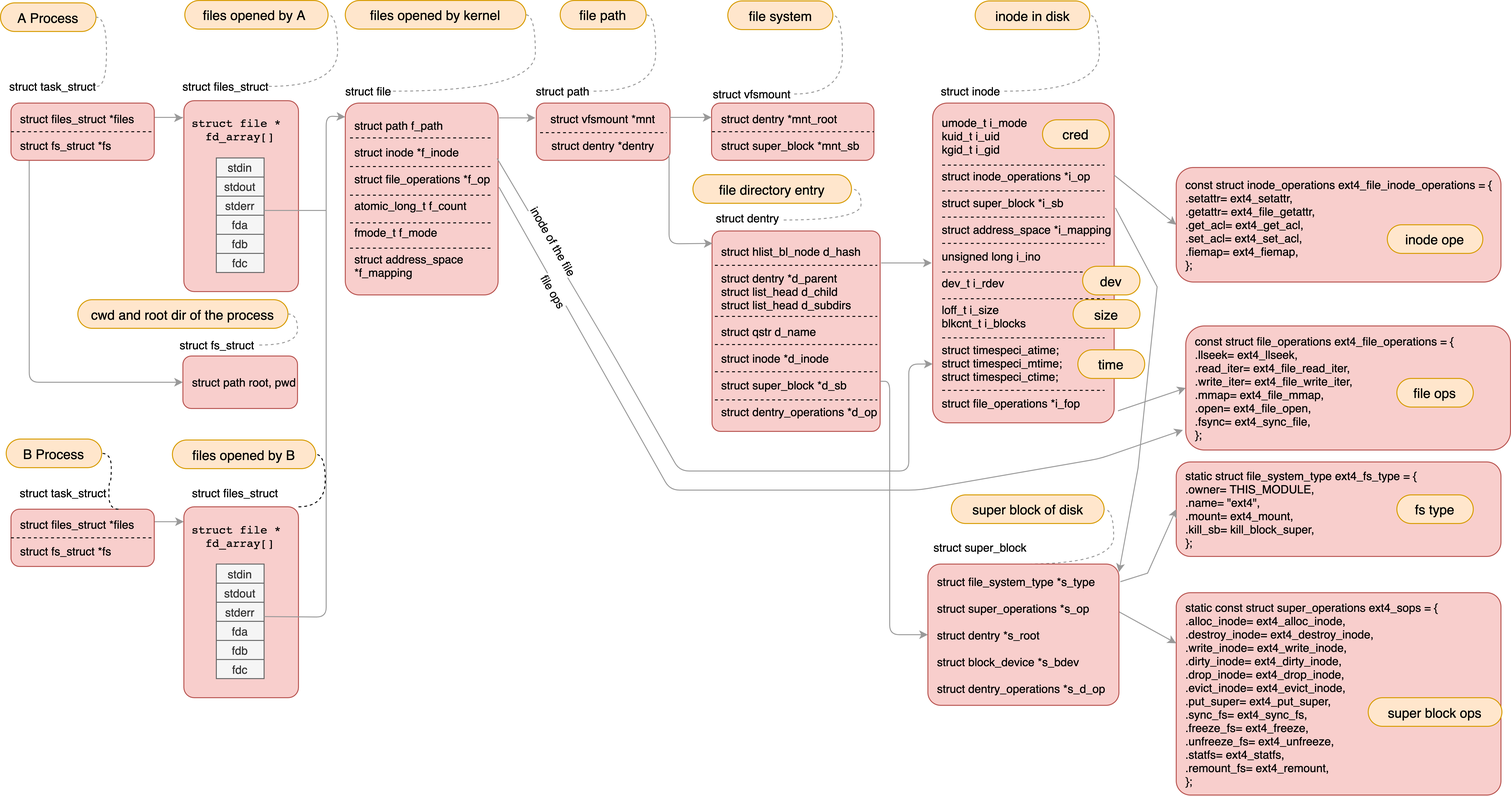
Above: Images/LinuxKernel/kernel-file-vfs-system.png in jemmy512/book-notes (draw.io), before the change. Source tidied: cells renumbered, new cells last; positions are measured from the earlier drawing's top-left corner, leaving out a move shared by most shapes.
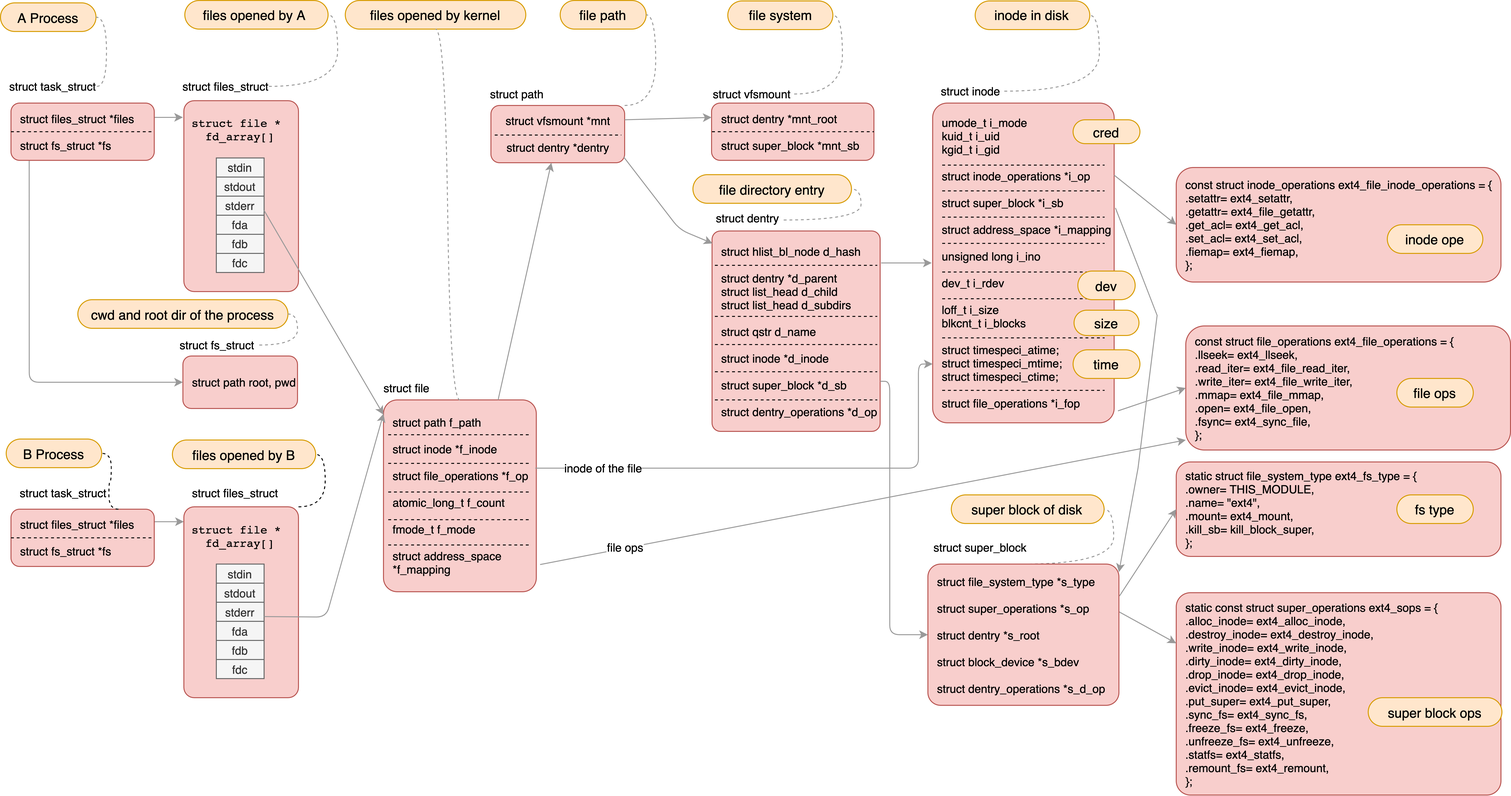
Later version of the same file.

Diff of the diagram source:
```diff
@@ -47,16 +47,16 @@
       <mxGeometry x="191" y="372.5" width="120" height="55" as="geometry" />
     </mxCell>
     <mxCell id="16" value="&lt;div&gt;struct path&lt;/div&gt;" style="text;html=1;strokeColor=none;fillColor=none;align=left;verticalAlign=middle;whiteSpace=wrap;rounded=0;" parent="1" vertex="1">
-      <mxGeometry x="558.5" y="85" width="70" height="20" as="geometry" />
+      <mxGeometry x="511" y="87.5" width="70" height="20" as="geometry" />
     </mxCell>
     <mxCell id="17" value="&lt;div&gt;struct vfsmount *mnt&lt;/div&gt;&lt;div&gt;&lt;br&gt;&lt;/div&gt;&lt;div&gt;struct dentry *dentry&lt;/div&gt;" style="rounded=1;whiteSpace=wrap;html=1;fillColor=#f8cecc;strokeColor=#b85450;" parent="1" vertex="1">
-      <mxGeometry x="561" y="107.5" width="140" height="60" as="geometry" />
+      <mxGeometry x="513.5" y="110" width="140" height="60" as="geometry" />
     </mxCell>
     <mxCell id="18" value="struct file" style="text;html=1;strokeColor=none;fillColor=none;align=center;verticalAlign=middle;whiteSpace=wrap;rounded=0;" parent="1" vertex="1">
-      <mxGeometry x="352.5" y="85" width="65" height="20" as="geometry" />
+      <mxGeometry x="392.5" y="396" width="65" height="20" as="geometry" />
     </mxCell>
     <mxCell id="19" value="struct path f_path&lt;br&gt;&lt;br&gt;struct inode *f_inode&lt;br&gt;&lt;br&gt;struct file_operations *f_op&lt;br&gt;&lt;br&gt;atomic_long_t f_count&lt;br&gt;&lt;br&gt;fmode_t f_mode&lt;br&gt;&lt;br&gt;struct address_space *f_mapping&lt;br&gt;" style="rounded=1;whiteSpace=wrap;html=1;align=left;spacingLeft=8;arcSize=9;fillColor=#f8cecc;strokeColor=#b85450;" parent="1" vertex="1">
-      <mxGeometry x="361" y="107.5" width="160" height="201" as="geometry" />
+      <mxGeometry x="401" y="418.5" width="160" height="201" as="geometry" />
     </mxCell>
     <mxCell id="20" value="struct vfsmount" style="text;html=1;strokeColor=none;fillColor=none;align=center;verticalAlign=middle;whiteSpace=wrap;rounded=0;" parent="1" vertex="1">
       <mxGeometry x="736.5" y="87.5" width="100" height="20" as="geometry" />
@@ -76,7 +76,7 @@
     <mxCell id="25" style="edgeStyle=none;rounded=0;jettySize=auto;html=1;entryX=1;entryY=0.057;entryDx=0;entryDy=0;entryPerimeter=0;endArrow=classic;endFill=1;strokeColor=#999999;exitX=1.007;exitY=0.328;exitDx=0;exitDy=0;exitPerimeter=0;" parent="1" edge="1" source="26" target="115">
       <mxGeometry relative="1" as="geometry">
         <Array as="points">
-          <mxPoint x="1211" y="300" />
+          <mxPoint x="1211" y="330" />
           <mxPoint x="1191" y="490" />
         </Array>
       </mxGeometry>
@@ -129,10 +129,8 @@
     <mxCell id="39" value="&lt;span style=&quot;font-size: 14px&quot;&gt;files opened by kernel&lt;/span&gt;" style="whiteSpace=wrap;html=1;rounded=1;arcSize=50;align=center;verticalAlign=middle;strokeWidth=1;spacing=4;fillColor=#ffe6cc;strokeColor=#d79b00;" parent="1" vertex="1">
       <mxGeometry x="361" width="189" height="30" as="geometry" />
     </mxCell>
-    <mxCell id="40" style="edgeStyle=entityRelationEdgeStyle;startArrow=none;endArrow=none;segment=10;curved=1;dashed=1;strokeColor=#999999;" parent="1" edge="1" target="39">
-      <mxGeometry relative="1" as="geometry">
-        <mxPoint x="411" y="95" as="sourcePoint" />
-      </mxGeometry>
+    <mxCell id="40" style="edgeStyle=entityRelationEdgeStyle;startArrow=none;endArrow=none;segment=10;curved=1;dashed=1;strokeColor=#999999;exitX=0.5;exitY=0;exitDx=0;exitDy=0;entryX=0.5;entryY=1;entryDx=0;entryDy=0;" parent="1" edge="1" source="19" target="39">
+      <mxGeometry relative="1" as="geometry" />
     </mxCell>
     <mxCell id="41" style="edgeStyle=orthogonalEdgeStyle;rounded=0;jettySize=auto;html=1;exitX=1;exitY=0.25;exitDx=0;exitDy=0;strokeColor=#999999;entryX=0;entryY=0.078;entryDx=0;entryDy=0;entryPerimeter=0;" parent="1" edge="1" source="42" target="44">
       <mxGeometry relative="1" as="geometry">
@@ -191,52 +189,47 @@
     </mxCell>
     <mxCell id="58" style="endArrow=none;html=1;exitX=0;exitY=0.5;exitDx=0;exitDy=0;entryX=1;entryY=0.5;entryDx=0;entryDy=0;dashed=1;" parent="1" edge="1">
       <mxGeometry relative="1" as="geometry">
-        <mxPoint x="366" y="144" as="sourcePoint" />
-        <mxPoint x="516" y="144" as="targetPoint" />
+        <mxPoint x="406" y="455" as="sourcePoint" />
+        <mxPoint x="556" y="455" as="targetPoint" />
       </mxGeometry>
     </mxCell>
     <mxCell id="59" style="endArrow=none;html=1;exitX=0;exitY=0.5;exitDx=0;exitDy=0;entryX=1;entryY=0.5;entryDx=0;entryDy=0;dashed=1;" parent="1" edge="1">
       <mxGeometry relative="1" as="geometry">
-        <mxPoint x="366" y="174" as="sourcePoint" />
-        <mxPoint x="516" y="174" as="targetPoint" />
+        <mxPoint x="406" y="485" as="sourcePoint" />
+        <mxPoint x="556" y="485" as="targetPoint" />
       </mxGeometry>
     </mxCell>
     <mxCell id="60" style="endArrow=none;html=1;exitX=0;exitY=0.5;exitDx=0;exitDy=0;entryX=1;entryY=0.5;entryDx=0;entryDy=0;dashed=1;" parent="1" edge="1">
       <mxGeometry relative="1" as="geometry">
-        <mxPoint x="366" y="204" as="sourcePoint" />
-        <mxPoint x="516" y="204" as="targetPoint" />
+        <mxPoint x="406" y="515" as="sourcePoint" />
+        <mxPoint x="556" y="515" as="targetPoint" />
       </mxGeometry>
     </mxCell>
     <mxCell id="61" style="endArrow=none;html=1;exitX=0;exitY=0.5;exitDx=0;exitDy=0;entryX=1;entryY=0.5;entryDx=0;entryDy=0;dashed=1;" parent="1" edge="1">
       <mxGeometry relative="1" as="geometry">
-        <mxPoint x="366" y="233" as="sourcePoint" />
-        <mxPoint x="516" y="233" as="targetPoint" />
+        <mxPoint x="406" y="544" as="sourcePoint" />
+        <mxPoint x="556" y="544" as="targetPoint" />
       </mxGeometry>
     </mxCell>
     <mxCell id="62" style="endArrow=none;html=1;exitX=0;exitY=0.5;exitDx=0;exitDy=0;entryX=1;entryY=0.5;entryDx=0;entryDy=0;dashed=1;" parent="1" edge="1">
       <mxGeometry relative="1" as="geometry">
-        <mxPoint x="366" y="259.5" as="sourcePoint" />
-        <mxPoint x="516" y="259.5" as="targetPoint" />
+        <mxPoint x="406" y="570.5" as="sourcePoint" />
+        <mxPoint x="556" y="570.5" as="targetPoint" />
       </mxGeometry>
     </mxCell>
     <mxCell id="63" value="&lt;font style=&quot;font-size: 14px&quot;&gt;file path&lt;/font&gt;" style="whiteSpace=wrap;html=1;rounded=1;arcSize=50;align=center;verticalAlign=middle;strokeWidth=1;spacing=4;fillColor=#ffe6cc;strokeColor=#d79b00;" parent="1" vertex="1">
       <mxGeometry x="586" width="90" height="30" as="geometry" />
     </mxCell>
-    <mxCell id="64" style="edgeStyle=entityRelationEdgeStyle;startArrow=none;endArrow=none;segment=10;curved=1;dashed=1;strokeColor=#999999;" parent="1" edge="1" target="63">
-      <mxGeometry relative="1" as="geometry">
-        <mxPoint x="621" y="95" as="sourcePoint" />
-      </mxGeometry>
+    <mxCell id="64" style="edgeStyle=entityRelationEdgeStyle;startArrow=none;endArrow=none;segment=10;curved=1;dashed=1;strokeColor=#999999;exitX=1;exitY=0;exitDx=0;exitDy=0;" parent="1" edge="1" source="17" target="63">
+      <mxGeometry relative="1" as="geometry" />
     </mxCell>
-    <mxCell id="65" style="endArrow=classic;html=1;strokeColor=#999999;" parent="1" edge="1">
-      <mxGeometry relative="1" as="geometry">
-        <mxPoint x="522" y="123" as="sourcePoint" />
-        <mxPoint x="560" y="123" as="targetPoint" />
-      </mxGeometry>
+    <mxCell id="65" style="endArrow=classic;html=1;strokeColor=#999999;exitX=0.75;exitY=0;exitDx=0;exitDy=0;" parent="1" edge="1" source="19" target="17">
+      <mxGeometry relative="1" as="geometry" />
     </mxCell>
     <mxCell id="66" style="endArrow=none;html=1;exitX=0;exitY=0.5;exitDx=0;exitDy=0;dashed=1;" parent="1" edge="1">
       <mxGeometry relative="1" as="geometry">
-        <mxPoint x="565" y="138.5" as="sourcePoint" />
-        <mxPoint x="697.5" y="138.5" as="targetPoint" />
+        <mxPoint x="517.5" y="141" as="sourcePoint" />
+        <mxPoint x="650" y="141" as="targetPoint" />
       </mxGeometry>
     </mxCell>
     <mxCell id="67" style="endArrow=classic;html=1;exitX=1;exitY=0.25;exitDx=0;exitDy=0;entryX=0;entryY=0.25;entryDx=0;entryDy=0;strokeColor=#999999;" parent="1" edge="1" source="17" target="21">
@@ -245,7 +238,7 @@
     <mxCell id="68" style="endArrow=classic;html=1;exitX=0.993;exitY=0.9;exitDx=0;exitDy=0;exitPerimeter=0;entryX=0.003;entryY=0.062;entryDx=0;entryDy=0;entryPerimeter=0;strokeColor=#999999;" parent="1" edge="1" source="17" target="23">
       <mxGeometry relative="1" as="geometry">
         <Array as="points">
-          <mxPoint x="700" y="255" />
+          <mxPoint x="711" y="240" />
         </Array>
       </mxGeometry>
     </mxCell>
@@ -404,36 +397,30 @@
     <mxCell id="98" style="endArrow=classic;html=1;exitX=1.002;exitY=0.339;exitDx=0;exitDy=0;entryX=0;entryY=0.25;entryDx=0;entryDy=0;strokeColor=#999999;exitPerimeter=0;" parent="1" edge="1" source="115" target="31">
       <mxGeometry relative="1" as="geometry" />
     </mxCell>
-    <mxCell id="99" style="endArrow=classic;html=1;exitX=0.994;exitY=0.289;exitDx=0;exitDy=0;exitPerimeter=0;entryX=0;entryY=0.816;entryDx=0;entryDy=0;entryPerimeter=0;strokeColor=#999999;" parent="1" edge="1" source="19" target="26">
+    <mxCell id="99" style="endArrow=classic;html=1;entryX=0;entryY=0.816;entryDx=0;entryDy=0;entryPerimeter=0;strokeColor=#999999;edgeStyle=orthogonalEdgeStyle;" parent="1" edge="1" target="26">
       <mxGeometry relative="1" as="geometry">
+        <mxPoint x="560" y="490" as="sourcePoint" />
         <Array as="points">
-          <mxPoint x="641" y="370" />
-          <mxPoint x="711" y="493" />
-          <mxPoint x="951" y="493" />
-          <mxPoint x="951" y="381" />
+          <mxPoint x="560" y="490" />
+          <mxPoint x="961" y="490" />
+          <mxPoint x="961" y="381" />
         </Array>
       </mxGeometry>
     </mxCell>
-    <mxCell id="100" value="inode of the file" style="text;html=1;align=center;verticalAlign=middle;labelBackgroundColor=#ffffff;rotation=60;" parent="99" vertex="1">
+    <mxCell id="100" value="inode of the file" style="text;html=1;align=center;verticalAlign=middle;labelBackgroundColor=#ffffff;rotation=0;" parent="99" vertex="1">
       <mxGeometry x="-0.72" y="4" relative="1" as="geometry">
-        <mxPoint x="1" y="-4" as="offset" />
+        <mxPoint x="-3.3" y="3.5" as="offset" />
       </mxGeometry>
     </mxCell>
-    <mxCell id="101" style="endArrow=classic;html=1;exitX=1.006;exitY=0.438;exitDx=0;exitDy=0;exitPerimeter=0;strokeColor=#999999;" parent="1" edge="1" source="19">
+    <mxCell id="101" style="endArrow=classic;html=1;strokeColor=#999999;" parent="1" edge="1">
       <mxGeometry relative="1" as="geometry">
-        <mxPoint x="1238" y="450" as="targetPoint" />
-        <Array as="points">
-          <mxPoint x="701" y="513" />
-          <mxPoint x="811" y="513" />
-          <mxPoint x="961" y="513" />
-          <mxPoint x="1151" y="480" />
-          <mxPoint x="1238" y="450" />
-        </Array>
+        <mxPoint x="565" y="591" as="sourcePoint" />
+        <mxPoint x="1241" y="460.5" as="targetPoint" />
       </mxGeometry>
     </mxCell>
-    <mxCell id="102" value="file ops&lt;br&gt;" style="text;html=1;align=center;verticalAlign=middle;labelBackgroundColor=#ffffff;rotation=60;" parent="101" vertex="1">
+    <mxCell id="102" value="file ops&lt;br&gt;" style="text;html=1;align=center;verticalAlign=middle;labelBackgroundColor=#ffffff;rotation=0;" parent="101" vertex="1">
       <mxGeometry x="-0.73" y="-3" relative="1" as="geometry">
-        <mxPoint y="1" as="offset" />
+        <mxPoint x="-3.1" y="-3.9" as="offset" />
       </mxGeometry>
     </mxCell>
     <mxCell id="103" value="&lt;font style=&quot;font-size: 14px&quot;&gt;inode ope&lt;/font&gt;" style="whiteSpace=wrap;html=1;rounded=1;arcSize=50;align=center;verticalAlign=middle;strokeWidth=1;spacing=4;fillColor=#ffe6cc;strokeColor=#d79b00;" parent="1" vertex="1">
@@ -449,16 +436,13 @@
       <mxGeometry x="1432" y="730.5" width="140" height="30" as="geometry" />
     </mxCell>
     <mxCell id="107" value="&lt;font style=&quot;font-size: 14px&quot;&gt;cred&lt;/font&gt;" style="whiteSpace=wrap;html=1;rounded=1;arcSize=50;align=center;verticalAlign=middle;strokeWidth=1;spacing=4;fillColor=#ffe6cc;strokeColor=#d79b00;" parent="1" vertex="1">
-      <mxGeometry x="1091" y="125" width="70" height="30" as="geometry" />
+      <mxGeometry x="1123" y="125" width="70" height="25" as="geometry" />
     </mxCell>
-    <mxCell id="108" value="&lt;font style=&quot;font-size: 14px&quot;&gt;dev&lt;/font&gt;" style="whiteSpace=wrap;html=1;rounded=1;arcSize=50;align=center;verticalAlign=middle;strokeWidth=1;spacing=4;fillColor=#ffe6cc;strokeColor=#d79b00;" parent="1" vertex="1">
-      <mxGeometry x="1133" y="278.5" width="60" height="30" as="geometry" />
-    </mxCell>
     <mxCell id="109" value="&lt;font style=&quot;font-size: 14px&quot;&gt;size&lt;/font&gt;" style="whiteSpace=wrap;html=1;rounded=1;arcSize=50;align=center;verticalAlign=middle;strokeWidth=1;spacing=4;fillColor=#ffe6cc;strokeColor=#d79b00;" parent="1" vertex="1">
-      <mxGeometry x="1123" y="313.5" width="70" height="30" as="geometry" />
+      <mxGeometry x="1124" y="324.5" width="68" height="26.5" as="geometry" />
     </mxCell>
     <mxCell id="110" value="&lt;font style=&quot;font-size: 14px&quot;&gt;time&lt;/font&gt;" style="whiteSpace=wrap;html=1;rounded=1;arcSize=50;align=center;verticalAlign=middle;strokeWidth=1;spacing=4;fillColor=#ffe6cc;strokeColor=#d79b00;" parent="1" vertex="1">
-      <mxGeometry x="1128" y="366" width="70" height="30" as="geometry" />
+      <mxGeometry x="1123" y="366" width="70" height="30" as="geometry" />
     </mxCell>
     <mxCell id="111" style="endArrow=classic;html=1;strokeColor=#999999;edgeStyle=orthogonalEdgeStyle;exitX=0.127;exitY=1.008;exitDx=0;exitDy=0;exitPerimeter=0;entryX=0;entryY=0.5;entryDx=0;entryDy=0;" parent="1" edge="1" source="3" target="15">
       <mxGeometry relative="1" as="geometry">
@@ -471,22 +455,16 @@
       <mxGeometry relative="1" as="geometry">
         <Array as="points">
           <mxPoint x="341" y="646" />
-          <mxPoint x="341" y="121" />
         </Array>
       </mxGeometry>
     </mxCell>
-    <mxCell id="113" style="endArrow=none;html=1;strokeColor=#999999;exitX=1;exitY=0.5;exitDx=0;exitDy=0;" parent="1" edge="1">
+    <mxCell id="113" style="endArrow=classic;html=1;strokeColor=#999999;exitX=1;exitY=0.5;exitDx=0;exitDy=0;entryX=0;entryY=0.077;entryDx=0;entryDy=0;entryPerimeter=0;endFill=1;" parent="1" edge="1" target="19">
       <mxGeometry relative="1" as="geometry">
         <mxPoint x="276" y="220" as="sourcePoint" />
-        <mxPoint x="341" y="220" as="targetPoint" />
       </mxGeometry>
     </mxCell>
-    <mxCell id="114" style="rounded=0;jettySize=auto;html=1;entryX=0;entryY=0.5;entryDx=0;entryDy=0;endArrow=classic;endFill=1;strokeColor=#999999;exitX=1.007;exitY=0.125;exitDx=0;exitDy=0;exitPerimeter=0;" parent="1" edge="1" source="115" target="30">
-      <mxGeometry relative="1" as="geometry">
-        <Array as="points">
-          <mxPoint x="1201" y="600" />
-        </Array>
-      </mxGeometry>
+    <mxCell id="114" style="rounded=0;jettySize=auto;html=1;entryX=0;entryY=0.5;entryDx=0;entryDy=0;endArrow=classic;endFill=1;strokeColor=#999999;exitX=1.003;exitY=0.226;exitDx=0;exitDy=0;exitPerimeter=0;" parent="1" edge="1" source="115" target="30">
+      <mxGeometry relative="1" as="geometry" />
     </mxCell>
     <mxCell id="115" value="struct file_system_type *s_type&lt;br&gt;&lt;br&gt;struct super_operations *s_op&lt;br&gt;&lt;br&gt;struct dentry *s_root&lt;br&gt;&lt;br&gt;struct block_device *s_bdev&lt;br&gt;&lt;br&gt;struct dentry_operations *s_d_op&lt;br&gt;" style="rounded=1;whiteSpace=wrap;html=1;align=left;arcSize=9;spacingLeft=8;fillColor=#f8cecc;strokeColor=#b85450;" parent="1" vertex="1">
       <mxGeometry x="971" y="590.5" width="200" height="148" as="geometry" />
@@ -494,5 +472,8 @@
     <mxCell id="116" style="edgeStyle=none;rounded=0;orthogonalLoop=1;jettySize=auto;html=1;exitX=0.25;exitY=0;exitDx=0;exitDy=0;endArrow=classic;endFill=1;strokeColor=#999999;" parent="1" edge="1" source="28" target="28">
       <mxGeometry relative="1" as="geometry" />
     </mxCell>
+    <mxCell id="108" value="&lt;font style=&quot;font-size: 14px&quot;&gt;dev&lt;/font&gt;" style="whiteSpace=wrap;html=1;rounded=1;arcSize=50;align=center;verticalAlign=middle;strokeWidth=1;spacing=4;fillColor=#ffe6cc;strokeColor=#d79b00;" parent="1" vertex="1">
+      <mxGeometry x="1128" y="283.5" width="60" height="30" as="geometry" />
+    </mxCell>
   </root>
 </mxGraphModel>
```
